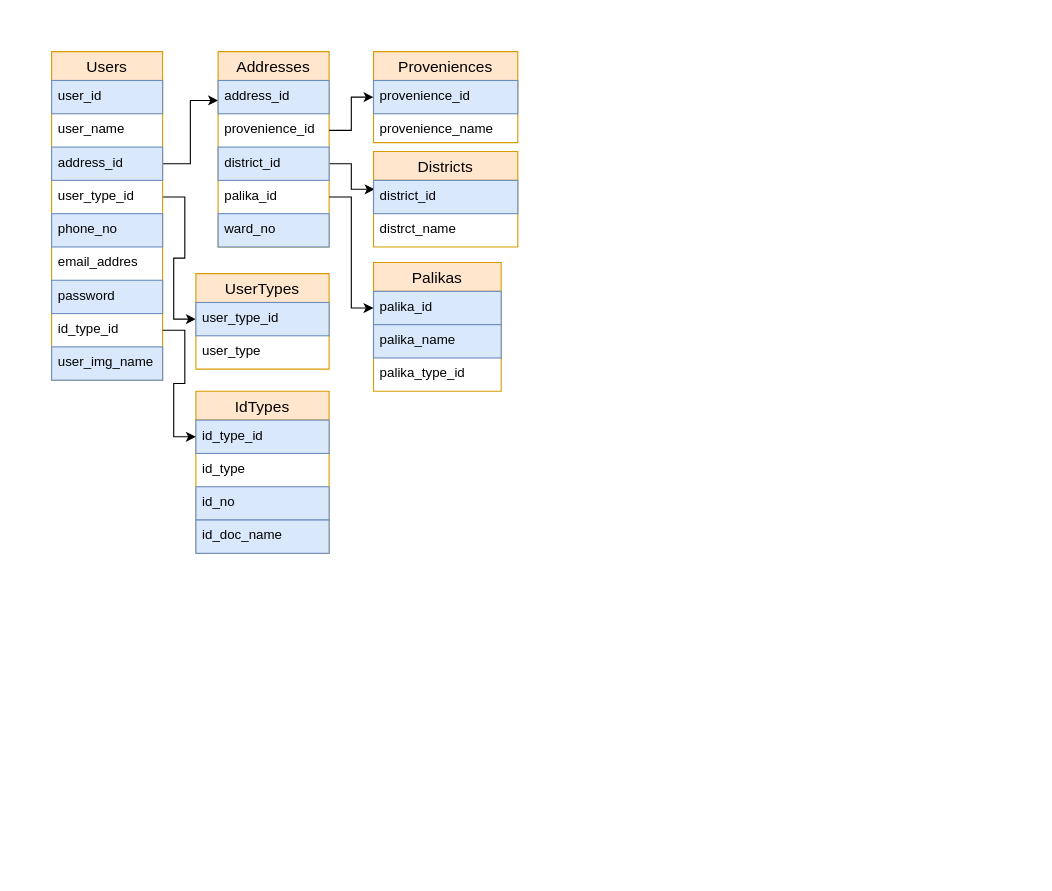
mebpin/Diagrams keeps this draw.io diagram as schema_CleanClean.drawio. Above is the earlier version. Source tidied: cells renumbered, new cells numbered last; positions are measured from the earlier drawing's top-left corner, leaving out a move shared by most shapes. Both pictures are drawn from the tidied source at 111%, with x=0, y=0 at pixel (51, 51).
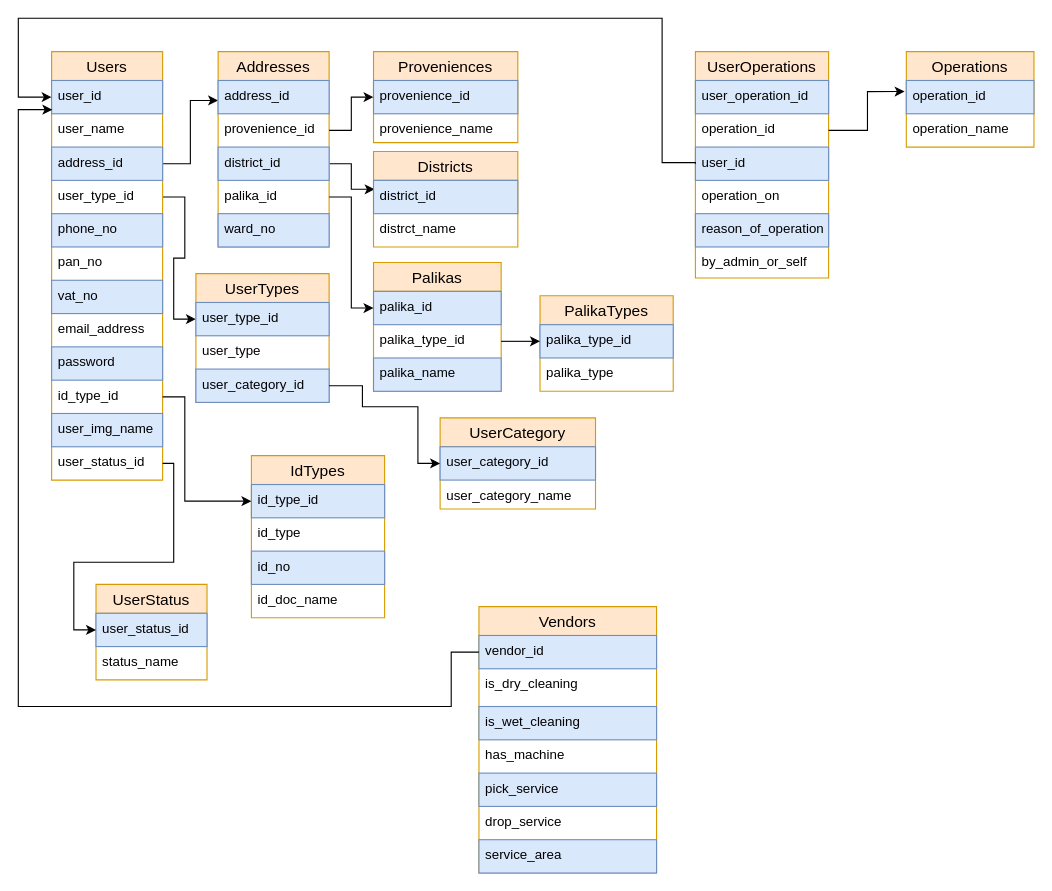
After the change.

Unchanged cells that the change refers to:
```xml
<mxCell id="5" value="user_id" style="text;strokeColor=#6c8ebf;fillColor=#dae8fc;spacingLeft=4;spacingRight=4;overflow=hidden;points=[[0,0.5],[1,0.5]];portConstraint=eastwest;fontSize=12;fillStyle=auto;" parent="4" vertex="1">
  <mxGeometry y="26" width="100" height="30" as="geometry" />
</mxCell>
<mxCell id="24" value="Palikas" style="swimlane;fontStyle=0;horizontal=1;startSize=26;align=center;fontSize=14;fillColor=#ffe6cc;strokeColor=#d79b00;" parent="1" vertex="1">
  <mxGeometry x="290" y="190" width="115" height="116" as="geometry" />
</mxCell>
<mxCell id="37" value="id_type_id" style="text;strokeColor=#6c8ebf;fillColor=#dae8fc;spacingLeft=4;spacingRight=4;overflow=hidden;points=[[0,0.5],[1,0.5]];portConstraint=eastwest;fontSize=12;" parent="36" vertex="1">
  <mxGeometry y="26" width="120" height="30" as="geometry" />
</mxCell>
```

What changed in the source:
```diff
@@
     <mxCell id="4" value="Users" style="swimlane;fontStyle=0;horizontal=1;startSize=26;align=center;fontSize=14;fillColor=#ffe6cc;strokeColor=#d79b00;" parent="1" vertex="1">
-      <mxGeometry width="100" height="296" as="geometry" />
+      <mxGeometry width="100" height="386" as="geometry" />
     </mxCell>
@@
+    <mxCell id="42" value="pan_no" style="text;spacingLeft=4;spacingRight=4;overflow=hidden;fontSize=12;" parent="4" vertex="1">
+      <mxGeometry y="176" width="100" height="30" as="geometry" />
+    </mxCell>
+    <mxCell id="43" value="vat_no" style="text;spacingLeft=4;spacingRight=4;overflow=hidden;fontSize=12;fillColor=#dae8fc;strokeColor=#6c8ebf;" parent="4" vertex="1">
+      <mxGeometry y="206" width="100" height="30" as="geometry" />
+    </mxCell>
-    <mxCell id="10" value="email_addres" style="text;spacingLeft=4;spacingRight=4;overflow=hidden;fontSize=12;" parent="4" vertex="1">
-      <mxGeometry y="176" width="100" height="30" as="geometry" />
+    <mxCell id="10" value="email_address" style="text;spacingLeft=4;spacingRight=4;overflow=hidden;fontSize=12;" parent="4" vertex="1">
+      <mxGeometry y="236" width="100" height="30" as="geometry" />
     </mxCell>
     <mxCell id="11" value="password" style="text;spacingLeft=4;spacingRight=4;overflow=hidden;fontSize=12;fillColor=#dae8fc;strokeColor=#6c8ebf;" parent="4" vertex="1">
-      <mxGeometry y="206" width="100" height="30" as="geometry" />
+      <mxGeometry y="266" width="100" height="30" as="geometry" />
     </mxCell>
     <mxCell id="12" value="id_type_id" style="text;spacingLeft=4;spacingRight=4;overflow=hidden;points=[[0,0.5],[1,0.5]];portConstraint=eastwest;fontSize=12;" parent="4" vertex="1">
-      <mxGeometry y="236" width="100" height="30" as="geometry" />
+      <mxGeometry y="296" width="100" height="30" as="geometry" />
     </mxCell>
     <mxCell id="13" value="user_img_name" style="text;spacingLeft=4;spacingRight=4;overflow=hidden;fontSize=12;fillColor=#dae8fc;strokeColor=#6c8ebf;" parent="4" vertex="1">
-      <mxGeometry y="266" width="100" height="30" as="geometry" />
+      <mxGeometry y="326" width="100" height="30" as="geometry" />
     </mxCell>
+    <mxCell id="44" value="user_status_id" style="text;spacingLeft=4;spacingRight=4;overflow=hidden;points=[[0,0.5],[1,0.5]];portConstraint=eastwest;fontSize=12;" parent="4" vertex="1">
+      <mxGeometry y="356" width="100" height="30" as="geometry" />
+    </mxCell>
     <mxCell id="14" value="UserTypes" style="swimlane;fontStyle=0;horizontal=1;startSize=26;align=center;fontSize=14;fillColor=#ffe6cc;strokeColor=#d79b00;" parent="1" vertex="1">
-      <mxGeometry x="130" y="200" width="120" height="86" as="geometry" />
+      <mxGeometry x="130" y="200" width="120" height="116" as="geometry" />
     </mxCell>
@@
+    <mxCell id="45" value="user_category_id" style="text;strokeColor=#6c8ebf;fillColor=#dae8fc;spacingLeft=4;spacingRight=4;overflow=hidden;points=[[0,0.5],[1,0.5]];portConstraint=eastwest;fontSize=12;" parent="14" vertex="1">
+      <mxGeometry y="86" width="120" height="30" as="geometry" />
+    </mxCell>
@@
+    <mxCell id="27" value="palika_type_id" style="text;strokeColor=none;fillColor=none;spacingLeft=4;spacingRight=4;overflow=hidden;points=[[0,0.5],[1,0.5]];portConstraint=eastwest;fontSize=12;" parent="24" vertex="1">
+      <mxGeometry y="56" width="115" height="30" as="geometry" />
+    </mxCell>
     <mxCell id="26" value="palika_name" style="text;strokeColor=#6c8ebf;fillColor=#dae8fc;spacingLeft=4;spacingRight=4;overflow=hidden;fontSize=12;" parent="24" vertex="1">
-      <mxGeometry y="56" width="115" height="30" as="geometry" />
+      <mxGeometry y="86" width="115" height="30" as="geometry" />
     </mxCell>
-    <mxCell id="27" value="palika_type_id" style="text;strokeColor=none;fillColor=none;spacingLeft=4;spacingRight=4;overflow=hidden;points=[[0,0.5],[1,0.5]];portConstraint=eastwest;fontSize=12;" parent="24" vertex="1">
-      <mxGeometry y="86" width="115" height="30" as="geometry" />
-    </mxCell>
@@
     <mxCell id="36" value="IdTypes" style="swimlane;fontStyle=0;horizontal=1;startSize=26;align=center;fontSize=14;fillColor=#ffe6cc;strokeColor=#d79b00;" parent="1" vertex="1">
-      <mxGeometry x="130" y="306" width="120" height="146" as="geometry" />
+      <mxGeometry x="180" y="364" width="120" height="146" as="geometry" />
     </mxCell>
@@
-    <mxCell id="40" value="id_doc_name" style="text;strokeColor=#6c8ebf;fillColor=#dae8fc;spacingLeft=4;spacingRight=4;overflow=hidden;fontSize=12;" parent="36" vertex="1">
+    <mxCell id="40" value="id_doc_name" style="text;spacingLeft=4;spacingRight=4;overflow=hidden;fontSize=12;" parent="36" vertex="1">
       <mxGeometry y="116" width="120" height="30" as="geometry" />
     </mxCell>
+    <mxCell id="46" value="PalikaTypes" style="swimlane;fontStyle=0;horizontal=1;startSize=26;align=center;fontSize=14;fillColor=#ffe6cc;strokeColor=#d79b00;" parent="1" vertex="1">
+      <mxGeometry x="440" y="220" width="120" height="86" as="geometry" />
+    </mxCell>
+    <mxCell id="47" value="palika_type_id" style="text;strokeColor=#6c8ebf;fillColor=#dae8fc;spacingLeft=4;spacingRight=4;overflow=hidden;points=[[0,0.5],[1,0.5]];portConstraint=eastwest;fontSize=12;" parent="46" vertex="1">
+      <mxGeometry y="26" width="120" height="30" as="geometry" />
+    </mxCell>
+    <mxCell id="48" value="palika_type" style="text;strokeColor=none;fillColor=none;spacingLeft=4;spacingRight=4;overflow=hidden;fontSize=12;" parent="46" vertex="1">
+      <mxGeometry y="56" width="120" height="30" as="geometry" />
+    </mxCell>
+    <mxCell id="49" value="UserOperations" style="swimlane;fontStyle=0;horizontal=1;startSize=26;align=center;fontSize=14;fillColor=#ffe6cc;strokeColor=#d79b00;" parent="1" vertex="1">
+      <mxGeometry x="580" width="120" height="204" as="geometry" />
+    </mxCell>
+    <mxCell id="50" value="user_operation_id" style="text;spacingLeft=4;spacingRight=4;overflow=hidden;fontSize=12;fillColor=#dae8fc;strokeColor=#6c8ebf;" parent="49" vertex="1">
+      <mxGeometry y="26" width="120" height="30" as="geometry" />
+    </mxCell>
+    <mxCell id="51" value="operation_id" style="text;strokeColor=none;fillColor=none;spacingLeft=4;spacingRight=4;overflow=hidden;points=[[0,0.5],[1,0.5]];portConstraint=eastwest;fontSize=12;" parent="49" vertex="1">
+      <mxGeometry y="56" width="120" height="30" as="geometry" />
+    </mxCell>
+    <mxCell id="52" value="user_id" style="text;strokeColor=#6c8ebf;fillColor=#dae8fc;spacingLeft=4;spacingRight=4;overflow=hidden;points=[[0,0.5],[1,0.5]];portConstraint=eastwest;fontSize=12;" parent="49" vertex="1">
+      <mxGeometry y="86" width="120" height="30" as="geometry" />
+    </mxCell>
+    <mxCell id="53" value="operation_on" style="text;spacingLeft=4;spacingRight=4;overflow=hidden;fontSize=12;" parent="49" vertex="1">
+      <mxGeometry y="116" width="120" height="30" as="geometry" />
+    </mxCell>
+    <mxCell id="54" value="reason_of_operation" style="text;spacingLeft=4;spacingRight=4;overflow=hidden;fontSize=12;fillColor=#dae8fc;strokeColor=#6c8ebf;" parent="49" vertex="1">
+      <mxGeometry y="146" width="120" height="30" as="geometry" />
+    </mxCell>
+    <mxCell id="55" value="by_admin_or_self" style="text;spacingLeft=4;spacingRight=4;overflow=hidden;fontSize=12;" parent="49" vertex="1">
+      <mxGeometry y="176" width="120" height="28" as="geometry" />
+    </mxCell>
+    <mxCell id="56" value="UserStatus" style="swimlane;fontStyle=0;horizontal=1;startSize=26;align=center;fontSize=14;fillColor=#ffe6cc;strokeColor=#d79b00;" parent="1" vertex="1">
+      <mxGeometry x="40" y="480" width="100" height="86" as="geometry" />
+    </mxCell>
+    <mxCell id="57" value="user_status_id" style="text;strokeColor=#6c8ebf;fillColor=#dae8fc;spacingLeft=4;spacingRight=4;overflow=hidden;points=[[0,0.5],[1,0.5]];portConstraint=eastwest;fontSize=12;" parent="56" vertex="1">
+      <mxGeometry y="26" width="100" height="30" as="geometry" />
+    </mxCell>
+    <mxCell id="58" value="status_name" style="text;strokeColor=none;fillColor=none;spacingLeft=4;spacingRight=4;overflow=hidden;fontSize=12;" parent="56" vertex="1">
+      <mxGeometry y="56" width="100" height="30" as="geometry" />
+    </mxCell>
+    <mxCell id="59" style="edgeStyle=orthogonalEdgeStyle;rounded=0;jettySize=auto;html=1;exitX=1;exitY=0.5;exitDx=0;exitDy=0;entryX=0;entryY=0.5;entryDx=0;entryDy=0;" parent="1" edge="1" source="27" target="47">
+      <mxGeometry relative="1" as="geometry" />
+    </mxCell>
+    <mxCell id="60" style="edgeStyle=orthogonalEdgeStyle;rounded=0;jettySize=auto;html=1;exitX=0;exitY=0.5;exitDx=0;exitDy=0;" parent="1" edge="1" source="52" target="5">
+      <mxGeometry relative="1" as="geometry">
+        <Array as="points">
+          <mxPoint x="550" y="100" />
+          <mxPoint x="550" y="-30" />
+          <mxPoint x="-30" y="-30" />
+          <mxPoint x="-30" y="41" />
+        </Array>
+      </mxGeometry>
+    </mxCell>
+    <mxCell id="61" value="UserCategory" style="swimlane;fontStyle=0;horizontal=1;startSize=26;align=center;fontSize=14;fillColor=#ffe6cc;strokeColor=#d79b00;" parent="1" vertex="1">
+      <mxGeometry x="350" y="330" width="140" height="82" as="geometry" />
+    </mxCell>
+    <mxCell id="62" value="user_category_id" style="text;strokeColor=#6c8ebf;fillColor=#dae8fc;spacingLeft=4;spacingRight=4;overflow=hidden;points=[[0,0.5],[1,0.5]];portConstraint=eastwest;fontSize=12;" parent="61" vertex="1">
+      <mxGeometry y="26" width="140" height="30" as="geometry" />
+    </mxCell>
+    <mxCell id="63" style="edgeStyle=orthogonalEdgeStyle;rounded=0;orthogonalLoop=1;jettySize=auto;html=1;exitX=1;exitY=0.5;exitDx=0;exitDy=0;" parent="61" edge="1" source="62" target="62">
+      <mxGeometry relative="1" as="geometry" />
+    </mxCell>
+    <mxCell id="64" value="user_category_name" style="text;strokeColor=none;fillColor=none;spacingLeft=4;spacingRight=4;overflow=hidden;fontSize=12;" parent="61" vertex="1">
+      <mxGeometry y="56" width="140" height="26" as="geometry" />
+    </mxCell>
+    <mxCell id="65" style="edgeStyle=orthogonalEdgeStyle;rounded=0;jettySize=auto;html=1;exitX=1;exitY=0.5;exitDx=0;exitDy=0;entryX=0;entryY=0.5;entryDx=0;entryDy=0;" parent="1" edge="1" source="45" target="61">
+      <mxGeometry relative="1" as="geometry">
+        <Array as="points">
+          <mxPoint x="280" y="301" />
+          <mxPoint x="280" y="320" />
+          <mxPoint x="330" y="320" />
+          <mxPoint x="330" y="371" />
+        </Array>
+      </mxGeometry>
+    </mxCell>
-    <mxCell id="41" style="edgeStyle=orthogonalEdgeStyle;rounded=0;jettySize=auto;html=1;entryX=0;entryY=0.5;entryDx=0;entryDy=0;" parent="1" edge="1" source="12" target="37">
-      <mxGeometry relative="1" as="geometry" />
+    <mxCell id="41" style="edgeStyle=orthogonalEdgeStyle;rounded=0;jettySize=auto;html=1;exitX=1;exitY=0.5;exitDx=0;exitDy=0;elbow=vertical;entryX=0;entryY=0.5;entryDx=0;entryDy=0;" parent="1" edge="1" source="12" target="37">
+      <mxGeometry relative="1" as="geometry">
+        <Array as="points">
+          <mxPoint x="120" y="311" />
+          <mxPoint x="120" y="405" />
+        </Array>
+      </mxGeometry>
     </mxCell>
+    <mxCell id="66" style="edgeStyle=orthogonalEdgeStyle;rounded=0;jettySize=auto;html=1;exitX=1;exitY=0.5;exitDx=0;exitDy=0;elbow=vertical;entryX=0;entryY=0.5;entryDx=0;entryDy=0;" parent="1" edge="1" source="44" target="57">
+      <mxGeometry relative="1" as="geometry">
+        <Array as="points">
+          <mxPoint x="110" y="371" />
+          <mxPoint x="110" y="460" />
+          <mxPoint x="20" y="460" />
+          <mxPoint x="20" y="521" />
+        </Array>
+      </mxGeometry>
+    </mxCell>
+    <mxCell id="67" value="Vendors" style="swimlane;fontStyle=0;horizontal=1;startSize=26;align=center;fontSize=14;fillColor=#ffe6cc;strokeColor=#d79b00;" parent="1" vertex="1">
+      <mxGeometry x="385" y="500" width="160" height="240" as="geometry" />
+    </mxCell>
+    <mxCell id="68" value="vendor_id" style="text;strokeColor=#6c8ebf;fillColor=#dae8fc;spacingLeft=4;spacingRight=4;overflow=hidden;points=[[0,0.5],[1,0.5]];portConstraint=eastwest;fontSize=12;" parent="67" vertex="1">
+      <mxGeometry y="26" width="160" height="30" as="geometry" />
+    </mxCell>
+    <mxCell id="69" value="is_dry_cleaning" style="text;strokeColor=none;fillColor=none;spacingLeft=4;spacingRight=4;overflow=hidden;fontSize=12;" parent="67" vertex="1">
+      <mxGeometry y="56" width="160" height="34" as="geometry" />
+    </mxCell>
+    <mxCell id="70" value="is_wet_cleaning" style="text;strokeColor=#6c8ebf;fillColor=#dae8fc;spacingLeft=4;spacingRight=4;overflow=hidden;fontSize=12;" parent="67" vertex="1">
+      <mxGeometry y="90" width="160" height="30" as="geometry" />
+    </mxCell>
+    <mxCell id="71" value="has_machine" style="text;strokeColor=none;fillColor=none;spacingLeft=4;spacingRight=4;overflow=hidden;fontSize=12;" parent="67" vertex="1">
+      <mxGeometry y="120" width="160" height="30" as="geometry" />
+    </mxCell>
+    <mxCell id="72" value="pick_service" style="text;strokeColor=#6c8ebf;fillColor=#dae8fc;spacingLeft=4;spacingRight=4;overflow=hidden;fontSize=12;" parent="67" vertex="1">
+      <mxGeometry y="150" width="160" height="30" as="geometry" />
+    </mxCell>
+    <mxCell id="73" value="drop_service" style="text;strokeColor=none;fillColor=none;spacingLeft=4;spacingRight=4;overflow=hidden;fontSize=12;" parent="67" vertex="1">
+      <mxGeometry y="180" width="160" height="30" as="geometry" />
+    </mxCell>
+    <mxCell id="74" value="service_area" style="text;strokeColor=#6c8ebf;fillColor=#dae8fc;spacingLeft=4;spacingRight=4;overflow=hidden;fontSize=12;" parent="67" vertex="1">
+      <mxGeometry y="210" width="160" height="30" as="geometry" />
+    </mxCell>
+    <mxCell id="75" style="edgeStyle=orthogonalEdgeStyle;rounded=0;jettySize=auto;html=1;entryX=0.007;entryY=0.877;entryDx=0;entryDy=0;entryPerimeter=0;elbow=vertical;" parent="1" edge="1" source="68" target="5">
+      <mxGeometry relative="1" as="geometry">
+        <Array as="points">
+          <mxPoint x="360" y="541" />
+          <mxPoint x="360" y="590" />
+          <mxPoint x="-30" y="590" />
+          <mxPoint x="-30" y="52" />
+        </Array>
+      </mxGeometry>
+    </mxCell>
+    <mxCell id="76" value="Operations" style="swimlane;fontStyle=0;horizontal=1;startSize=26;align=center;fontSize=14;fillColor=#ffe6cc;strokeColor=#d79b00;" parent="1" vertex="1">
+      <mxGeometry x="770" width="115" height="86" as="geometry" />
+    </mxCell>
+    <mxCell id="77" value="operation_id" style="text;strokeColor=#6c8ebf;fillColor=#dae8fc;spacingLeft=4;spacingRight=4;overflow=hidden;points=[[0,0.5],[1,0.5]];portConstraint=eastwest;fontSize=12;" parent="76" vertex="1">
+      <mxGeometry y="26" width="115" height="30" as="geometry" />
+    </mxCell>
+    <mxCell id="78" value="operation_name" style="text;strokeColor=none;fillColor=none;spacingLeft=4;spacingRight=4;overflow=hidden;fontSize=12;" parent="76" vertex="1">
+      <mxGeometry y="56" width="115" height="30" as="geometry" />
+    </mxCell>
+    <mxCell id="79" style="edgeStyle=orthogonalEdgeStyle;rounded=0;jettySize=auto;html=1;exitX=1;exitY=0.5;exitDx=0;exitDy=0;entryX=-0.013;entryY=0.332;entryDx=0;entryDy=0;entryPerimeter=0;elbow=vertical;" parent="1" edge="1" source="51" target="77">
+      <mxGeometry relative="1" as="geometry" />
+    </mxCell>
```
